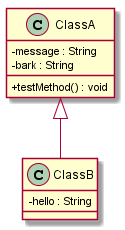
DhirajGurnani/umlparsercmpe202 keeps this PlantUML diagram as UML parser/output.png. Above is the earlier version.
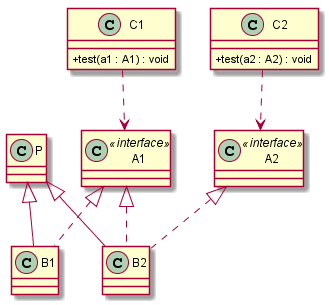
The same diagram one commit later.

Diff of the diagram source:
```diff
@@ -1,12 +1,26 @@
 @startuml
 skinparam classAttributeIconSize 0
-class ClassA {
--message : String
--bark : String
-+ testMethod() : void
+C1 ..> A1
+C2 ..> A2
+class A1 <<interface>>  {
 }
-ClassA  ^-- ClassB
-class ClassB {
--hello : String
+class A2 <<interface>>  {
+}
+P  ^-- B1
+A1 <|.. B1
+class B1 {
+}
+P  ^-- B2
+A1 <|.. B2
+A2 <|.. B2
+class B2 {
+}
+class C1 {
++ test(a1 : A1) : void
+}
+class C2 {
++ test(a2 : A2) : void
+}
+class P {
 }
 @enduml
```
